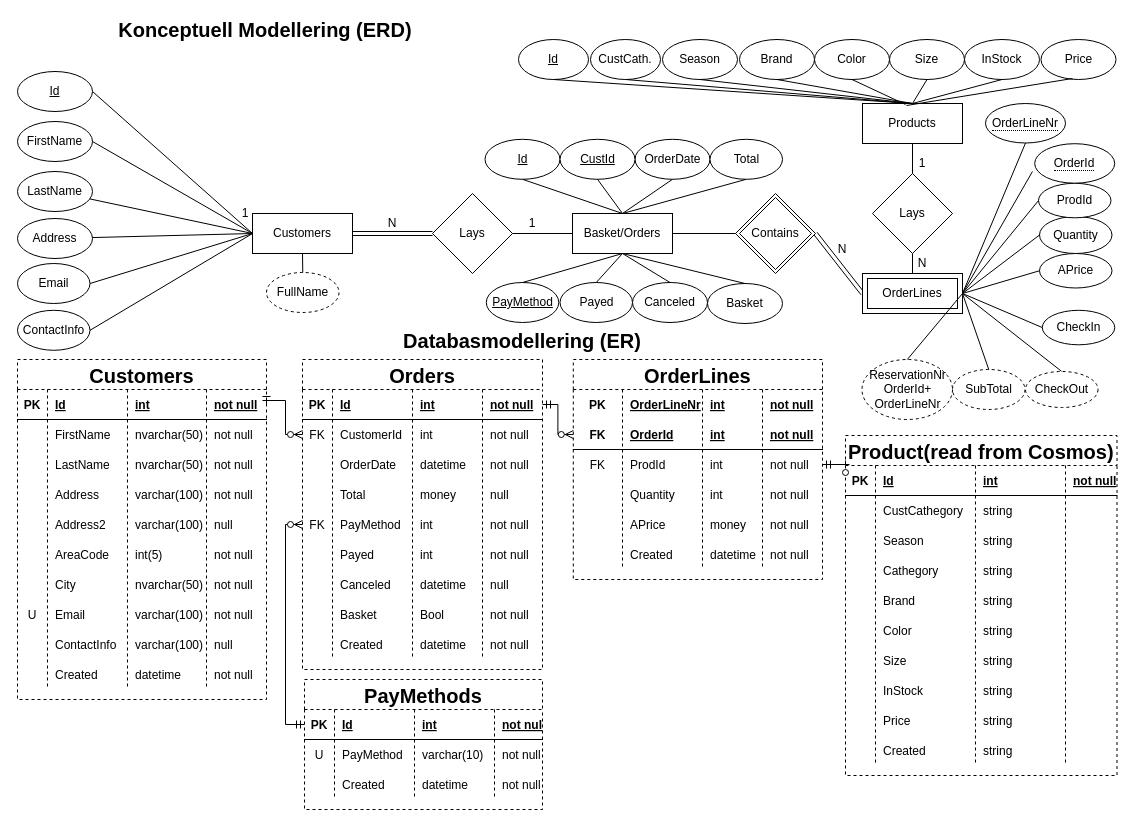
The draw.io diagram Dokumentation/Databaser.drawio in apl2lexicon/DevOps, before the edit. Source tidied: cells renumbered, new cells numbered last; positions are measured from the earlier drawing's top-left corner, leaving out a move shared by most shapes. Both pictures are drawn from the tidied source at 100%, with x=0, y=0 at pixel (17, 19).
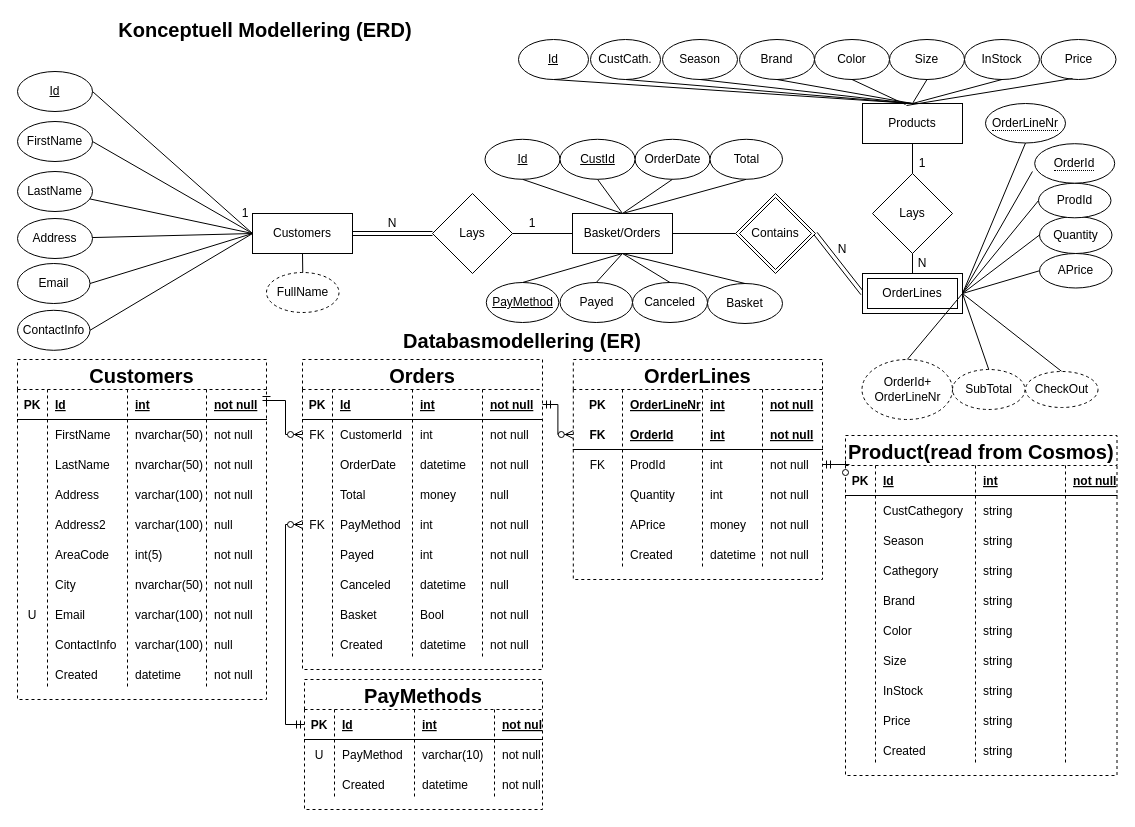
After the change.

Unchanged cells that the change refers to:
```xml
<mxCell id="38" value="OrderLines" style="shape=ext;margin=3;double=1;whiteSpace=wrap;html=1;align=center;" parent="1" vertex="1">
  <mxGeometry x="845" y="254" width="100" height="40" as="geometry" />
</mxCell>
```

The edit, as a diff of the source:
```diff
@@
-    <mxCell id="238" value="CheckIn" style="ellipse;whiteSpace=wrap;html=1;" parent="1" vertex="1">
-      <mxGeometry x="1024.8" y="290.8" width="72.5" height="34.5" as="geometry" />
-    </mxCell>
-    <mxCell id="239" style="endArrow=none;html=1;strokeWidth=1;exitX=1;exitY=0.5;exitDx=0;exitDy=0;rounded=0;entryX=0;entryY=0.5;entryDx=0;entryDy=0;" parent="1" edge="1" source="38" target="238">
-      <mxGeometry relative="1" as="geometry" />
-    </mxCell>
-    <mxCell id="240" value="ReservationNr&lt;br&gt;OrderId+&lt;br&gt;OrderLineNr" style="ellipse;whiteSpace=wrap;html=1;dashed=1;" parent="1" vertex="1">
+    <mxCell id="240" value="OrderId+&lt;br&gt;OrderLineNr" style="ellipse;whiteSpace=wrap;html=1;dashed=1;" parent="1" vertex="1">
       <mxGeometry x="844.5" y="340" width="90.5" height="60" as="geometry" />
     </mxCell>
```
